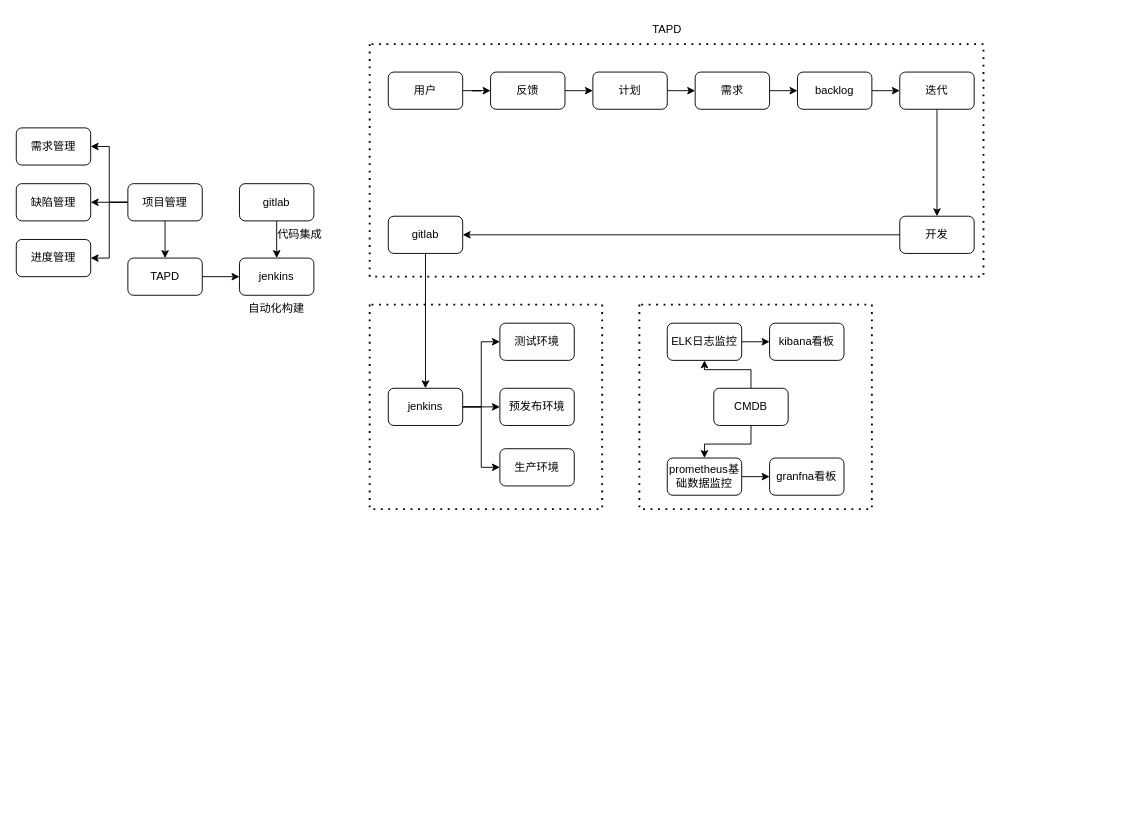
Earlier version of the draw.io diagram tapdjenkins.drawio (Henryblankwu/untitled7). Source tidied: cells renumbered, new cells numbered last; positions are measured from the earlier drawing's top-left corner, leaving out a move shared by most shapes. Both pictures are drawn from the tidied source at 93%, with x=0, y=0 at pixel (16, 16).
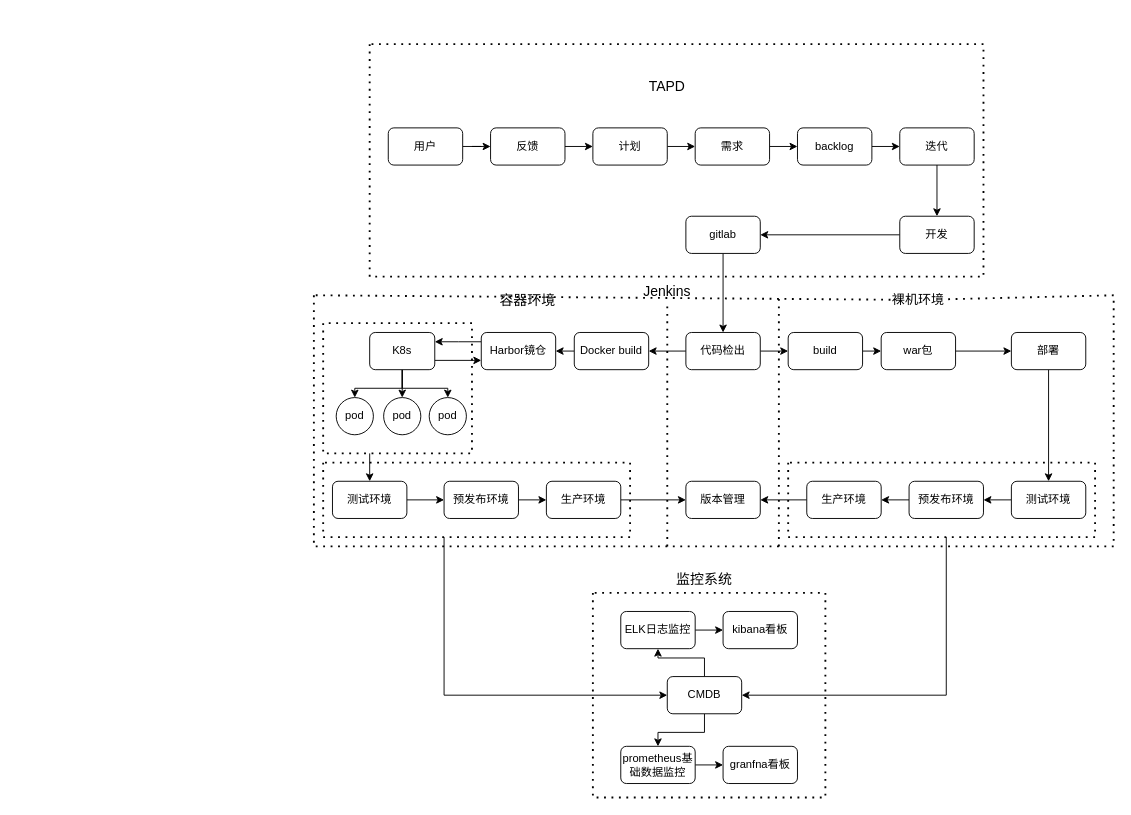
The same page after the edit.

What changed in the source:
```diff
@@
-    <mxCell id="2" style="edgeStyle=orthogonalEdgeStyle;rounded=0;jettySize=auto;html=1;exitX=1;exitY=0.5;exitDx=0;exitDy=0;entryX=0;entryY=0.5;entryDx=0;entryDy=0;" parent="1" edge="1" source="3" target="9">
-      <mxGeometry relative="1" as="geometry" />
-    </mxCell>
-    <mxCell id="3" value="TAPD" style="rounded=1;whiteSpace=wrap;html=1;" parent="1" vertex="1">
-      <mxGeometry x="120" y="260" width="80" height="40" as="geometry" />
-    </mxCell>
-    <mxCell id="4" style="edgeStyle=orthogonalEdgeStyle;rounded=0;jettySize=auto;html=1;exitX=0.5;exitY=1;exitDx=0;exitDy=0;entryX=0.5;entryY=0;entryDx=0;entryDy=0;" parent="1" edge="1" source="8" target="3">
-      <mxGeometry relative="1" as="geometry" />
-    </mxCell>
-    <mxCell id="5" style="edgeStyle=orthogonalEdgeStyle;rounded=0;jettySize=auto;html=1;exitX=0;exitY=0.5;exitDx=0;exitDy=0;entryX=1;entryY=0.5;entryDx=0;entryDy=0;" parent="1" edge="1" source="8" target="14">
-      <mxGeometry relative="1" as="geometry" />
-    </mxCell>
-    <mxCell id="6" style="edgeStyle=orthogonalEdgeStyle;rounded=0;jettySize=auto;html=1;exitX=0;exitY=0.5;exitDx=0;exitDy=0;" parent="1" edge="1" source="8" target="15">
-      <mxGeometry relative="1" as="geometry" />
-    </mxCell>
-    <mxCell id="7" style="edgeStyle=orthogonalEdgeStyle;rounded=0;jettySize=auto;html=1;exitX=0;exitY=0.5;exitDx=0;exitDy=0;entryX=1;entryY=0.5;entryDx=0;entryDy=0;" parent="1" edge="1" source="8" target="16">
-      <mxGeometry relative="1" as="geometry" />
-    </mxCell>
-    <mxCell id="8" value="项目管理" style="rounded=1;whiteSpace=wrap;html=1;" parent="1" vertex="1">
-      <mxGeometry x="120" y="180" width="80" height="40" as="geometry" />
-    </mxCell>
-    <mxCell id="9" value="jenkins" style="rounded=1;whiteSpace=wrap;html=1;" parent="1" vertex="1">
-      <mxGeometry x="240" y="260" width="80" height="40" as="geometry" />
-    </mxCell>
-    <mxCell id="10" value="自动化构建" style="text;html=1;strokeColor=none;fillColor=none;align=center;verticalAlign=middle;whiteSpace=wrap;rounded=0;" parent="1" vertex="1">
-      <mxGeometry x="245" y="300" width="70" height="30" as="geometry" />
-    </mxCell>
-    <mxCell id="11" style="edgeStyle=orthogonalEdgeStyle;rounded=0;jettySize=auto;html=1;exitX=0.5;exitY=1;exitDx=0;exitDy=0;entryX=0.5;entryY=0;entryDx=0;entryDy=0;" parent="1" edge="1" source="12" target="9">
-      <mxGeometry relative="1" as="geometry" />
-    </mxCell>
-    <mxCell id="12" value="gitlab" style="rounded=1;whiteSpace=wrap;html=1;" parent="1" vertex="1">
-      <mxGeometry x="240" y="180" width="80" height="40" as="geometry" />
-    </mxCell>
-    <mxCell id="13" value="代码集成" style="text;html=1;strokeColor=none;fillColor=none;align=center;verticalAlign=middle;whiteSpace=wrap;rounded=0;" parent="1" vertex="1">
-      <mxGeometry x="270" y="220" width="70" height="30" as="geometry" />
-    </mxCell>
-    <mxCell id="14" value="需求管理" style="rounded=1;whiteSpace=wrap;html=1;" parent="1" vertex="1">
-      <mxGeometry y="120" width="80" height="40" as="geometry" />
-    </mxCell>
-    <mxCell id="15" value="缺陷管理" style="rounded=1;whiteSpace=wrap;html=1;" parent="1" vertex="1">
-      <mxGeometry y="180" width="80" height="40" as="geometry" />
-    </mxCell>
-    <mxCell id="16" value="进度管理" style="rounded=1;whiteSpace=wrap;html=1;" parent="1" vertex="1">
-      <mxGeometry y="240" width="80" height="40" as="geometry" />
-    </mxCell>
@@
     <mxCell id="18" value="用户" style="rounded=1;whiteSpace=wrap;html=1;" parent="1" vertex="1">
-      <mxGeometry x="400" y="60" width="80" height="40" as="geometry" />
+      <mxGeometry x="400" y="120" width="80" height="40" as="geometry" />
     </mxCell>
@@
     <mxCell id="20" value="反馈" style="rounded=1;whiteSpace=wrap;html=1;" parent="1" vertex="1">
-      <mxGeometry x="510" y="60" width="80" height="40" as="geometry" />
+      <mxGeometry x="510" y="120" width="80" height="40" as="geometry" />
     </mxCell>
@@
     <mxCell id="22" value="计划" style="rounded=1;whiteSpace=wrap;html=1;" parent="1" vertex="1">
-      <mxGeometry x="620" y="60" width="80" height="40" as="geometry" />
+      <mxGeometry x="620" y="120" width="80" height="40" as="geometry" />
     </mxCell>
@@
     <mxCell id="24" value="需求" style="rounded=1;whiteSpace=wrap;html=1;" parent="1" vertex="1">
-      <mxGeometry x="730" y="60" width="80" height="40" as="geometry" />
+      <mxGeometry x="730" y="120" width="80" height="40" as="geometry" />
     </mxCell>
@@
     <mxCell id="26" value="backlog" style="rounded=1;whiteSpace=wrap;html=1;" parent="1" vertex="1">
-      <mxGeometry x="840" y="60" width="80" height="40" as="geometry" />
+      <mxGeometry x="840" y="120" width="80" height="40" as="geometry" />
     </mxCell>
@@
     <mxCell id="28" value="迭代" style="rounded=1;whiteSpace=wrap;html=1;" parent="1" vertex="1">
-      <mxGeometry x="950" y="60" width="80" height="40" as="geometry" />
+      <mxGeometry x="950" y="120" width="80" height="40" as="geometry" />
     </mxCell>
@@
     <mxCell id="32" value="gitlab" style="rounded=1;whiteSpace=wrap;html=1;" parent="1" vertex="1">
-      <mxGeometry x="400" y="215" width="80" height="40" as="geometry" />
+      <mxGeometry x="720" y="215" width="80" height="40" as="geometry" />
     </mxCell>
@@
-    <mxCell id="34" value="TAPD" style="text;html=1;strokeColor=none;fillColor=none;align=center;verticalAlign=middle;whiteSpace=wrap;rounded=0;" parent="1" vertex="1">
-      <mxGeometry x="670" width="60" height="30" as="geometry" />
+    <mxCell id="34" value="&lt;font style=&quot;font-size: 15px&quot;&gt;TAPD&lt;/font&gt;" style="text;html=1;strokeColor=none;fillColor=none;align=center;verticalAlign=middle;whiteSpace=wrap;rounded=0;" parent="1" vertex="1">
+      <mxGeometry x="670" y="60" width="60" height="30" as="geometry" />
     </mxCell>
-    <mxCell id="35" style="edgeStyle=orthogonalEdgeStyle;rounded=0;jettySize=auto;html=1;exitX=1;exitY=0.5;exitDx=0;exitDy=0;entryX=0;entryY=0.5;entryDx=0;entryDy=0;" parent="1" edge="1" source="38" target="39">
-      <mxGeometry relative="1" as="geometry" />
-    </mxCell>
-    <mxCell id="36" style="edgeStyle=orthogonalEdgeStyle;rounded=0;jettySize=auto;html=1;exitX=1;exitY=0.5;exitDx=0;exitDy=0;entryX=0;entryY=0.5;entryDx=0;entryDy=0;" parent="1" edge="1" source="38" target="40">
-      <mxGeometry relative="1" as="geometry" />
-    </mxCell>
-    <mxCell id="37" style="edgeStyle=orthogonalEdgeStyle;rounded=0;jettySize=auto;html=1;exitX=1;exitY=0.5;exitDx=0;exitDy=0;entryX=0;entryY=0.5;entryDx=0;entryDy=0;" parent="1" edge="1" source="38" target="41">
-      <mxGeometry relative="1" as="geometry" />
-    </mxCell>
+    <mxCell id="53" style="edgeStyle=orthogonalEdgeStyle;rounded=0;jettySize=auto;html=1;exitX=0;exitY=0.5;exitDx=0;exitDy=0;entryX=1;entryY=0.5;entryDx=0;entryDy=0;" parent="1" edge="1" source="38" target="59">
+      <mxGeometry relative="1" as="geometry" />
+    </mxCell>
+    <mxCell id="54" style="edgeStyle=orthogonalEdgeStyle;rounded=0;jettySize=auto;html=1;exitX=1;exitY=0.5;exitDx=0;exitDy=0;entryX=0;entryY=0.5;entryDx=0;entryDy=0;" parent="1" edge="1" source="38" target="71">
+      <mxGeometry relative="1" as="geometry" />
+    </mxCell>
-    <mxCell id="38" value="jenkins" style="rounded=1;whiteSpace=wrap;html=1;" parent="1" vertex="1">
-      <mxGeometry x="400" y="400" width="80" height="40" as="geometry" />
+    <mxCell id="38" value="代码检出" style="rounded=1;whiteSpace=wrap;html=1;" parent="1" vertex="1">
+      <mxGeometry x="720" y="340" width="80" height="40" as="geometry" />
     </mxCell>
+    <mxCell id="55" style="edgeStyle=orthogonalEdgeStyle;rounded=0;jettySize=auto;html=1;exitX=0;exitY=0.5;exitDx=0;exitDy=0;entryX=1;entryY=0.5;entryDx=0;entryDy=0;fontSize=15;" parent="1" edge="1" source="39" target="95">
+      <mxGeometry relative="1" as="geometry" />
+    </mxCell>
-    <mxCell id="39" value="测试环境" style="rounded=1;whiteSpace=wrap;html=1;" parent="1" vertex="1">
-      <mxGeometry x="520" y="330" width="80" height="40" as="geometry" />
+    <mxCell id="39" value="生产环境" style="rounded=1;whiteSpace=wrap;html=1;" parent="1" vertex="1">
+      <mxGeometry x="850" y="500" width="80" height="40" as="geometry" />
     </mxCell>
+    <mxCell id="56" style="edgeStyle=orthogonalEdgeStyle;rounded=0;jettySize=auto;html=1;exitX=0;exitY=0.5;exitDx=0;exitDy=0;entryX=1;entryY=0.5;entryDx=0;entryDy=0;fontSize=15;" parent="1" edge="1" source="40" target="39">
+      <mxGeometry relative="1" as="geometry" />
+    </mxCell>
     <mxCell id="40" value="预发布环境" style="rounded=1;whiteSpace=wrap;html=1;" parent="1" vertex="1">
-      <mxGeometry x="520" y="400" width="80" height="40" as="geometry" />
+      <mxGeometry x="960" y="500" width="80" height="40" as="geometry" />
     </mxCell>
+    <mxCell id="57" style="edgeStyle=orthogonalEdgeStyle;rounded=0;jettySize=auto;html=1;exitX=0;exitY=0.5;exitDx=0;exitDy=0;entryX=1;entryY=0.5;entryDx=0;entryDy=0;fontSize=15;" parent="1" edge="1" source="41" target="40">
+      <mxGeometry relative="1" as="geometry" />
+    </mxCell>
-    <mxCell id="41" value="生产环境" style="rounded=1;whiteSpace=wrap;html=1;" parent="1" vertex="1">
-      <mxGeometry x="520" y="465" width="80" height="40" as="geometry" />
+    <mxCell id="41" value="&lt;span&gt;测试环境&lt;/span&gt;" style="rounded=1;whiteSpace=wrap;html=1;" parent="1" vertex="1">
+      <mxGeometry x="1070" y="500" width="80" height="40" as="geometry" />
     </mxCell>
-    <mxCell id="42" style="endArrow=none;dashed=1;html=1;dashPattern=1 3;strokeWidth=2;rounded=0;" parent="1" edge="1">
+    <mxCell id="42" style="endArrow=none;dashed=1;html=1;dashPattern=1 3;strokeWidth=2;rounded=0;startArrow=none;" parent="1" edge="1" source="87">
       <mxGeometry relative="1" as="geometry">
-        <mxPoint x="380" y="310" as="sourcePoint" />
-        <mxPoint x="380" y="310" as="targetPoint" />
-        <Array as="points">
-          <mxPoint x="380" y="530" />
-          <mxPoint x="630" y="530" />
-          <mxPoint x="630" y="310" />
-        </Array>
+        <mxPoint x="320" y="300" as="targetPoint" />
       </mxGeometry>
     </mxCell>
@@
     <mxCell id="44" value="ELK日志监控" style="rounded=1;whiteSpace=wrap;html=1;" parent="1" vertex="1">
-      <mxGeometry x="700" y="330" width="80" height="40" as="geometry" />
+      <mxGeometry x="650" y="640" width="80" height="40" as="geometry" />
     </mxCell>
@@
     <mxCell id="46" value="prometheus基础数据监控" style="rounded=1;whiteSpace=wrap;html=1;" parent="1" vertex="1">
-      <mxGeometry x="700" y="475" width="80" height="40" as="geometry" />
+      <mxGeometry x="650" y="785" width="80" height="40" as="geometry" />
     </mxCell>
     <mxCell id="47" value="granfna看板" style="rounded=1;whiteSpace=wrap;html=1;" parent="1" vertex="1">
-      <mxGeometry x="810" y="475" width="80" height="40" as="geometry" />
+      <mxGeometry x="760" y="785" width="80" height="40" as="geometry" />
     </mxCell>
     <mxCell id="48" value="kibana看板" style="rounded=1;whiteSpace=wrap;html=1;" parent="1" vertex="1">
-      <mxGeometry x="810" y="330" width="80" height="40" as="geometry" />
+      <mxGeometry x="760" y="640" width="80" height="40" as="geometry" />
     </mxCell>
@@
     <mxCell id="51" value="CMDB" style="rounded=1;whiteSpace=wrap;html=1;" parent="1" vertex="1">
-      <mxGeometry x="750" y="400" width="80" height="40" as="geometry" />
+      <mxGeometry x="700" y="710" width="80" height="40" as="geometry" />
     </mxCell>
     <mxCell id="52" style="endArrow=none;dashed=1;html=1;dashPattern=1 3;strokeWidth=2;rounded=0;" parent="1" edge="1">
       <mxGeometry relative="1" as="geometry">
-        <mxPoint x="670" y="310" as="sourcePoint" />
-        <mxPoint x="670" y="310" as="targetPoint" />
+        <mxPoint x="620" y="620" as="sourcePoint" />
+        <mxPoint x="620" y="620" as="targetPoint" />
         <Array as="points">
-          <mxPoint x="670" y="530" />
-          <mxPoint x="920" y="530" />
-          <mxPoint x="920" y="310" />
+          <mxPoint x="620" y="840" />
+          <mxPoint x="870" y="840" />
+          <mxPoint x="870" y="620" />
         </Array>
       </mxGeometry>
     </mxCell>
+    <mxCell id="58" style="edgeStyle=orthogonalEdgeStyle;rounded=0;jettySize=auto;html=1;exitX=0;exitY=0.5;exitDx=0;exitDy=0;entryX=1;entryY=0.5;entryDx=0;entryDy=0;" parent="1" edge="1" source="59" target="61">
+      <mxGeometry relative="1" as="geometry" />
+    </mxCell>
+    <mxCell id="59" value="Docker build" style="rounded=1;whiteSpace=wrap;html=1;" parent="1" vertex="1">
+      <mxGeometry x="600" y="340" width="80" height="40" as="geometry" />
+    </mxCell>
+    <mxCell id="60" style="edgeStyle=orthogonalEdgeStyle;rounded=0;jettySize=auto;html=1;exitX=0;exitY=0.25;exitDx=0;exitDy=0;" parent="1" edge="1" source="61">
+      <mxGeometry relative="1" as="geometry">
+        <mxPoint x="450" y="350" as="targetPoint" />
+      </mxGeometry>
+    </mxCell>
+    <mxCell id="61" value="Harbor镜仓" style="rounded=1;whiteSpace=wrap;html=1;" parent="1" vertex="1">
+      <mxGeometry x="500" y="340" width="80" height="40" as="geometry" />
+    </mxCell>
+    <mxCell id="62" style="edgeStyle=orthogonalEdgeStyle;rounded=0;jettySize=auto;html=1;exitX=1;exitY=0.75;exitDx=0;exitDy=0;entryX=0;entryY=0.75;entryDx=0;entryDy=0;" parent="1" edge="1" source="66" target="61">
+      <mxGeometry relative="1" as="geometry" />
+    </mxCell>
+    <mxCell id="63" style="edgeStyle=orthogonalEdgeStyle;rounded=0;jettySize=auto;html=1;exitX=0.5;exitY=1;exitDx=0;exitDy=0;entryX=0.5;entryY=0;entryDx=0;entryDy=0;" parent="1" edge="1" source="66" target="67">
+      <mxGeometry relative="1" as="geometry" />
+    </mxCell>
+    <mxCell id="64" style="edgeStyle=orthogonalEdgeStyle;rounded=0;jettySize=auto;html=1;exitX=0.5;exitY=1;exitDx=0;exitDy=0;entryX=0.5;entryY=0;entryDx=0;entryDy=0;" parent="1" edge="1" source="66" target="68">
+      <mxGeometry relative="1" as="geometry" />
+    </mxCell>
+    <mxCell id="65" style="edgeStyle=orthogonalEdgeStyle;rounded=0;jettySize=auto;html=1;exitX=0.5;exitY=1;exitDx=0;exitDy=0;entryX=0.5;entryY=0;entryDx=0;entryDy=0;" parent="1" edge="1" source="66" target="69">
+      <mxGeometry relative="1" as="geometry" />
+    </mxCell>
+    <mxCell id="66" value="K8s" style="rounded=1;whiteSpace=wrap;html=1;" parent="1" vertex="1">
+      <mxGeometry x="380" y="340" width="70" height="40" as="geometry" />
+    </mxCell>
+    <mxCell id="67" value="pod" style="ellipse;whiteSpace=wrap;html=1;" parent="1" vertex="1">
+      <mxGeometry x="395" y="410" width="40" height="40" as="geometry" />
+    </mxCell>
+    <mxCell id="68" value="pod" style="ellipse;whiteSpace=wrap;html=1;" parent="1" vertex="1">
+      <mxGeometry x="344" y="410" width="40" height="40" as="geometry" />
+    </mxCell>
+    <mxCell id="69" value="pod" style="ellipse;whiteSpace=wrap;html=1;" parent="1" vertex="1">
+      <mxGeometry x="444" y="410" width="40" height="40" as="geometry" />
+    </mxCell>
+    <mxCell id="70" style="edgeStyle=orthogonalEdgeStyle;rounded=0;jettySize=auto;html=1;exitX=1;exitY=0.5;exitDx=0;exitDy=0;entryX=0;entryY=0.5;entryDx=0;entryDy=0;" parent="1" edge="1" source="71" target="73">
+      <mxGeometry relative="1" as="geometry" />
+    </mxCell>
+    <mxCell id="71" value="build" style="rounded=1;whiteSpace=wrap;html=1;" parent="1" vertex="1">
+      <mxGeometry x="830" y="340" width="80" height="40" as="geometry" />
+    </mxCell>
+    <mxCell id="72" style="edgeStyle=orthogonalEdgeStyle;rounded=0;jettySize=auto;html=1;exitX=1;exitY=0.5;exitDx=0;exitDy=0;entryX=0;entryY=0.5;entryDx=0;entryDy=0;" parent="1" edge="1" source="73" target="75">
+      <mxGeometry relative="1" as="geometry" />
+    </mxCell>
+    <mxCell id="73" value="war包" style="rounded=1;whiteSpace=wrap;html=1;" parent="1" vertex="1">
+      <mxGeometry x="930" y="340" width="80" height="40" as="geometry" />
+    </mxCell>
+    <mxCell id="74" style="edgeStyle=orthogonalEdgeStyle;rounded=0;jettySize=auto;html=1;exitX=0.5;exitY=1;exitDx=0;exitDy=0;fontSize=15;" parent="1" edge="1" source="75" target="41">
+      <mxGeometry relative="1" as="geometry" />
+    </mxCell>
+    <mxCell id="75" value="部署" style="rounded=1;whiteSpace=wrap;html=1;" parent="1" vertex="1">
+      <mxGeometry x="1070" y="340" width="80" height="40" as="geometry" />
+    </mxCell>
+    <mxCell id="76" value="&lt;font style=&quot;font-size: 15px&quot;&gt;Jenkins&lt;/font&gt;" style="text;html=1;strokeColor=none;fillColor=none;align=center;verticalAlign=middle;whiteSpace=wrap;rounded=0;" parent="1" vertex="1">
+      <mxGeometry x="670" y="280" width="60" height="30" as="geometry" />
+    </mxCell>
+    <mxCell id="77" style="edgeStyle=orthogonalEdgeStyle;rounded=0;jettySize=auto;html=1;exitX=1;exitY=0.5;exitDx=0;exitDy=0;entryX=0;entryY=0.5;entryDx=0;entryDy=0;fontSize=15;" parent="1" edge="1" source="78" target="80">
+      <mxGeometry relative="1" as="geometry" />
+    </mxCell>
+    <mxCell id="78" value="测试环境" style="rounded=1;whiteSpace=wrap;html=1;" parent="1" vertex="1">
+      <mxGeometry x="340" y="500" width="80" height="40" as="geometry" />
+    </mxCell>
+    <mxCell id="79" style="edgeStyle=orthogonalEdgeStyle;rounded=0;jettySize=auto;html=1;exitX=1;exitY=0.5;exitDx=0;exitDy=0;entryX=0;entryY=0.5;entryDx=0;entryDy=0;fontSize=15;" parent="1" edge="1" source="80" target="82">
+      <mxGeometry relative="1" as="geometry" />
+    </mxCell>
+    <mxCell id="80" value="预发布环境" style="rounded=1;whiteSpace=wrap;html=1;" parent="1" vertex="1">
+      <mxGeometry x="460" y="500" width="80" height="40" as="geometry" />
+    </mxCell>
+    <mxCell id="81" style="edgeStyle=orthogonalEdgeStyle;rounded=0;jettySize=auto;html=1;exitX=1;exitY=0.5;exitDx=0;exitDy=0;fontSize=15;" parent="1" edge="1" source="82" target="95">
+      <mxGeometry relative="1" as="geometry" />
+    </mxCell>
+    <mxCell id="82" value="生产环境" style="rounded=1;whiteSpace=wrap;html=1;" parent="1" vertex="1">
+      <mxGeometry x="570" y="500" width="80" height="40" as="geometry" />
+    </mxCell>
+    <mxCell id="83" style="endArrow=none;dashed=1;html=1;dashPattern=1 3;strokeWidth=2;rounded=0;" parent="1" edge="1">
+      <mxGeometry relative="1" as="geometry">
+        <mxPoint x="330" y="330" as="sourcePoint" />
+        <mxPoint x="330" y="330" as="targetPoint" />
+        <Array as="points">
+          <mxPoint x="330" y="470" />
+          <mxPoint x="490" y="470" />
+          <mxPoint x="490" y="330" />
+        </Array>
+      </mxGeometry>
+    </mxCell>
+    <mxCell id="84" style="endArrow=none;dashed=1;html=1;dashPattern=1 3;strokeWidth=2;rounded=0;" parent="1" edge="1" target="76">
+      <mxGeometry relative="1" as="geometry">
+        <mxPoint x="700" y="570" as="sourcePoint" />
+        <Array as="points">
+          <mxPoint x="700" y="510" />
+        </Array>
+      </mxGeometry>
+    </mxCell>
+    <mxCell id="85" style="endArrow=none;dashed=1;html=1;dashPattern=1 3;strokeWidth=2;rounded=0;" parent="1" edge="1">
+      <mxGeometry relative="1" as="geometry">
+        <mxPoint x="820" y="570" as="sourcePoint" />
+        <mxPoint x="820" y="300" as="targetPoint" />
+      </mxGeometry>
+    </mxCell>
+    <mxCell id="86" value="&lt;font style=&quot;font-size: 15px&quot;&gt;容器环境&lt;/font&gt;" style="text;html=1;strokeColor=none;fillColor=none;align=center;verticalAlign=middle;whiteSpace=wrap;rounded=0;" parent="1" vertex="1">
+      <mxGeometry x="500" y="280" width="100" height="50" as="geometry" />
+    </mxCell>
+    <mxCell id="87" value="&lt;font style=&quot;font-size: 14px&quot;&gt;裸机环境&lt;/font&gt;" style="text;html=1;strokeColor=none;fillColor=none;align=center;verticalAlign=middle;whiteSpace=wrap;rounded=0;" parent="1" vertex="1">
+      <mxGeometry x="940" y="290" width="60" height="30" as="geometry" />
+    </mxCell>
+    <mxCell id="88" style="endArrow=none;dashed=1;html=1;dashPattern=1 3;strokeWidth=2;rounded=0;" parent="1" edge="1" target="87">
+      <mxGeometry relative="1" as="geometry">
+        <mxPoint x="320" y="300" as="sourcePoint" />
+        <Array as="points">
+          <mxPoint x="320" y="570" />
+          <mxPoint x="1180" y="570" />
+          <mxPoint x="1180" y="300" />
+        </Array>
+      </mxGeometry>
+    </mxCell>
+    <mxCell id="89" style="endArrow=none;dashed=1;html=1;dashPattern=1 3;strokeWidth=2;rounded=0;" parent="1" edge="1">
+      <mxGeometry relative="1" as="geometry">
+        <mxPoint x="830" y="480" as="sourcePoint" />
+        <mxPoint x="830" y="480" as="targetPoint" />
+        <Array as="points">
+          <mxPoint x="830" y="560" />
+          <mxPoint x="1160" y="560" />
+          <mxPoint x="1160" y="480" />
+        </Array>
+      </mxGeometry>
+    </mxCell>
+    <mxCell id="90" style="endArrow=classic;html=1;rounded=0;fontSize=15;entryX=0;entryY=0.5;entryDx=0;entryDy=0;" parent="1" edge="1" target="51">
+      <mxGeometry relative="1" as="geometry">
+        <mxPoint x="460" y="560" as="sourcePoint" />
+        <Array as="points">
+          <mxPoint x="460" y="730" />
+        </Array>
+      </mxGeometry>
+    </mxCell>
+    <mxCell id="91" style="endArrow=classic;html=1;rounded=0;fontSize=15;entryX=1;entryY=0.5;entryDx=0;entryDy=0;" parent="1" edge="1" target="51">
+      <mxGeometry relative="1" as="geometry">
+        <mxPoint x="1000" y="560" as="sourcePoint" />
+        <Array as="points">
+          <mxPoint x="1000" y="730" />
+        </Array>
+      </mxGeometry>
+    </mxCell>
+    <mxCell id="92" value="监控系统" style="text;html=1;strokeColor=none;fillColor=none;align=center;verticalAlign=middle;whiteSpace=wrap;rounded=0;fontSize=15;" parent="1" vertex="1">
+      <mxGeometry x="700" y="590" width="80" height="30" as="geometry" />
+    </mxCell>
+    <mxCell id="93" style="endArrow=classic;html=1;rounded=0;fontSize=15;entryX=0.5;entryY=0;entryDx=0;entryDy=0;" parent="1" edge="1" target="78">
+      <mxGeometry relative="1" as="geometry">
+        <mxPoint x="380" y="470" as="sourcePoint" />
+      </mxGeometry>
+    </mxCell>
+    <mxCell id="94" style="endArrow=none;dashed=1;html=1;dashPattern=1 3;strokeWidth=2;rounded=0;" parent="1" edge="1">
+      <mxGeometry relative="1" as="geometry">
+        <mxPoint x="330" y="480" as="sourcePoint" />
+        <mxPoint x="330" y="480" as="targetPoint" />
+        <Array as="points">
+          <mxPoint x="330" y="560" />
+          <mxPoint x="660" y="560" />
+          <mxPoint x="660" y="480" />
+        </Array>
+      </mxGeometry>
+    </mxCell>
+    <mxCell id="95" value="版本管理" style="rounded=1;whiteSpace=wrap;html=1;" parent="1" vertex="1">
+      <mxGeometry x="720" y="500" width="80" height="40" as="geometry" />
+    </mxCell>
```
